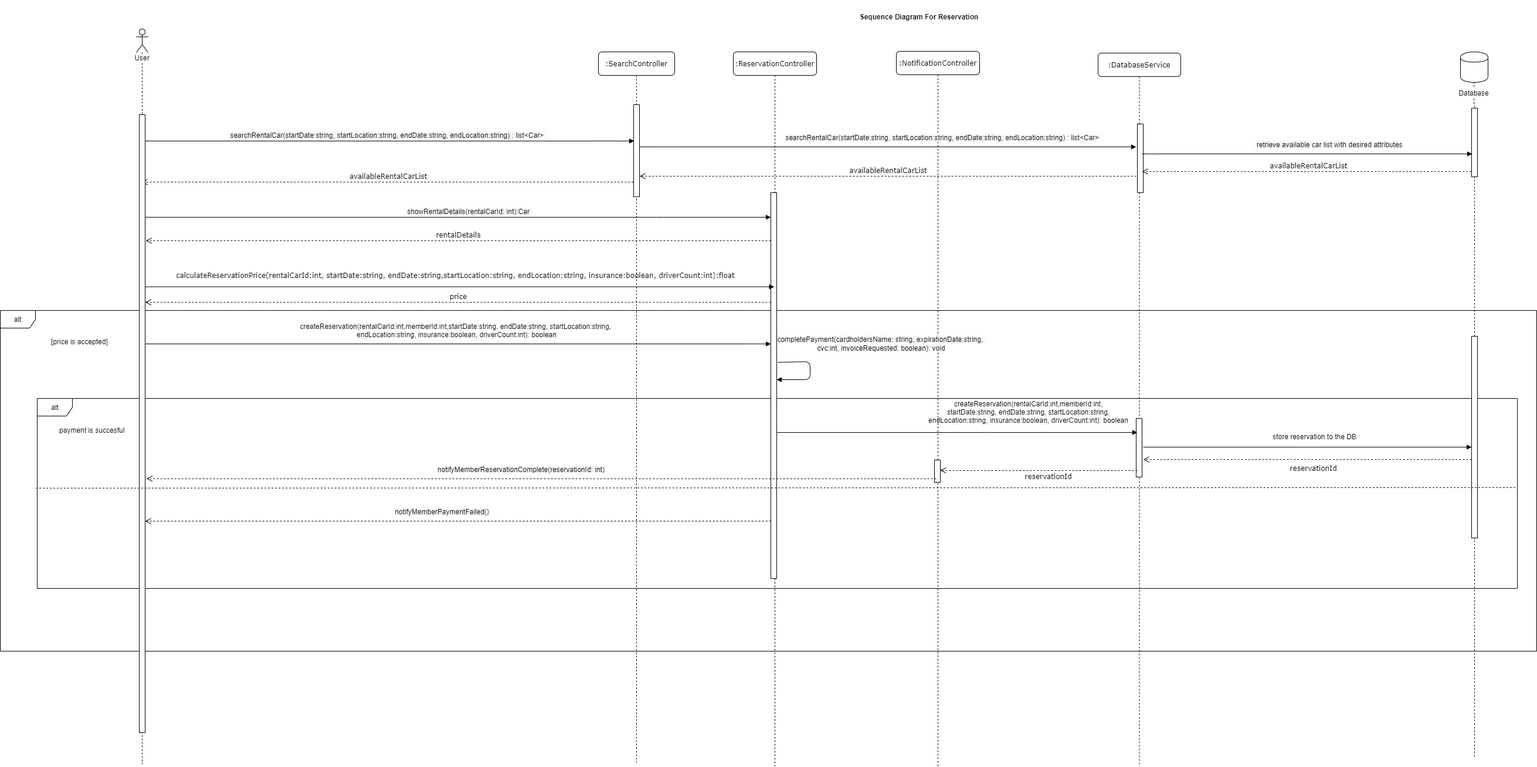
Earlier version of the draw.io export Sequence Diagrams/SequenceDiagramReservation.png (aysegulsari/SWE-530). Source tidied: cells renumbered, new cells last; positions are measured from the earlier drawing's top-left corner, leaving out a move shared by most shapes.
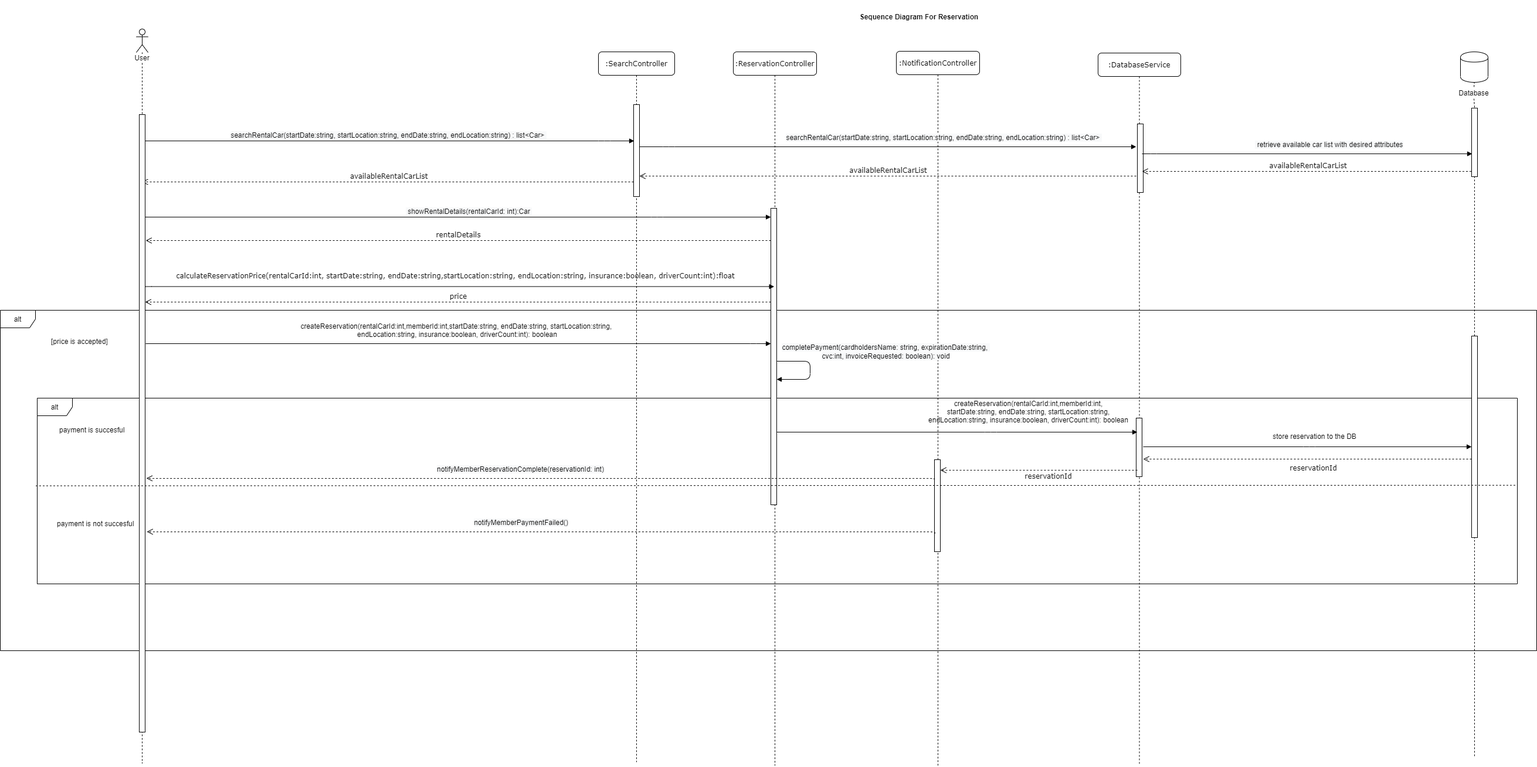
The same file after the commit.

Commit message:
Seq Diagram for reservation is updated

Diff of the diagram source:
```diff
@@ -6,13 +6,13 @@
       <mxGeometry y="529" width="2620" height="581" as="geometry" />
     </mxCell>
     <mxCell id="3" value="alt" style="shape=umlFrame;whiteSpace=wrap;html=1;" parent="1" vertex="1">
-      <mxGeometry x="63" y="679" width="2524" height="324" as="geometry" />
+      <mxGeometry x="63" y="679" width="2524" height="317" as="geometry" />
     </mxCell>
     <mxCell id="4" value=":NotificationController" style="shape=umlLifeline;perimeter=lifelinePerimeter;whiteSpace=wrap;html=1;rounded=1;shadow=0;comic=0;labelBackgroundColor=none;strokeWidth=1;fontFamily=Verdana;fontSize=12;align=center;" parent="1" vertex="1">
       <mxGeometry x="1528" y="87" width="142" height="1220" as="geometry" />
     </mxCell>
     <mxCell id="5" style="html=1;points=[];perimeter=orthogonalPerimeter;rounded=0;shadow=0;comic=0;labelBackgroundColor=none;strokeColor=#000000;strokeWidth=1;fillColor=#FFFFFF;fontFamily=Verdana;fontSize=12;fontColor=#000000;align=center;" parent="4" vertex="1">
-      <mxGeometry x="65" y="697" width="10" height="38" as="geometry" />
+      <mxGeometry x="65" y="697" width="10" height="157" as="geometry" />
     </mxCell>
     <mxCell id="6" value=":SearchController" style="shape=umlLifeline;perimeter=lifelinePerimeter;whiteSpace=wrap;html=1;rounded=1;shadow=0;comic=0;labelBackgroundColor=none;strokeWidth=1;fontFamily=Verdana;fontSize=12;align=center;" parent="1" vertex="1">
       <mxGeometry x="1020" y="88" width="130" height="1212" as="geometry" />
@@ -24,9 +24,9 @@
       <mxGeometry x="1250" y="88" width="142" height="1218" as="geometry" />
     </mxCell>
     <mxCell id="9" style="html=1;points=[];perimeter=orthogonalPerimeter;rounded=0;shadow=0;comic=0;labelBackgroundColor=none;strokeWidth=1;fontFamily=Verdana;fontSize=12;align=center;" parent="8" vertex="1">
-      <mxGeometry x="64" y="240" width="10" height="658" as="geometry" />
+      <mxGeometry x="64" y="267" width="10" height="506" as="geometry" />
     </mxCell>
-    <mxCell id="10" style="endArrow=block;endFill=1;endSize=6;html=1;exitX=1.197;exitY=0.44;exitDx=0;exitDy=0;exitPerimeter=0;" parent="8" edge="1" source="9" target="9">
+    <mxCell id="10" style="endArrow=block;endFill=1;endSize=6;html=1;" parent="8" edge="1" source="9" target="9">
       <mxGeometry relative="1" as="geometry">
         <Array as="points">
           <mxPoint x="131" y="528" />
@@ -36,7 +36,7 @@
     </mxCell>
     <mxCell id="11" value="&lt;span style=&quot;font-size: 12px ; text-align: left ; background-color: rgb(248 , 249 , 250)&quot;&gt;completePayment(cardholdersName: string,&amp;nbsp;expirationDate:string,&amp;nbsp;&lt;/span&gt;&lt;br style=&quot;padding: 0px ; margin: 0px ; font-size: 12px ; text-align: left ; background-color: rgb(248 , 249 , 250)&quot;&gt;&lt;span style=&quot;font-size: 12px ; text-align: left ; background-color: rgb(248 , 249 , 250)&quot;&gt;cvc:int, invoiceRequested: boolean): void&lt;/span&gt;" style="edgeLabel;html=1;align=center;verticalAlign=middle;" parent="10" vertex="1">
       <mxGeometry x="-0.24" y="-12" relative="1" as="geometry">
-        <mxPoint x="131.7" y="-31" as="offset" />
+        <mxPoint x="131" y="-28" as="offset" />
       </mxGeometry>
     </mxCell>
     <mxCell id="12" value=":DatabaseService" style="shape=umlLifeline;perimeter=lifelinePerimeter;whiteSpace=wrap;html=1;rounded=1;shadow=0;comic=0;labelBackgroundColor=none;strokeWidth=1;fontFamily=Verdana;fontSize=12;align=center;" parent="1" vertex="1">
@@ -148,9 +148,10 @@
         </Array>
       </mxGeometry>
     </mxCell>
-    <mxCell id="26" value="reservationId" style="html=1;verticalAlign=bottom;endArrow=open;dashed=1;endSize=8;labelBackgroundColor=none;fontFamily=Verdana;fontSize=12;edgeStyle=elbowEdgeStyle;elbow=vertical;entryX=0.967;entryY=0.465;entryDx=0;entryDy=0;entryPerimeter=0;" parent="1" edge="1" target="5">
+    <mxCell id="26" value="reservationId" style="html=1;verticalAlign=bottom;endArrow=open;dashed=1;endSize=8;labelBackgroundColor=none;fontFamily=Verdana;fontSize=12;edgeStyle=elbowEdgeStyle;elbow=vertical;" parent="1" edge="1">
       <mxGeometry x="-0.03" y="22" relative="1" as="geometry">
         <mxPoint x="1939" y="802" as="sourcePoint" />
+        <mxPoint x="1603" y="802" as="targetPoint" />
         <Array as="points">
           <mxPoint x="1779" y="802" />
           <mxPoint x="1640" y="869" />
@@ -161,7 +162,7 @@
         <mxPoint x="11" y="-2" as="offset" />
       </mxGeometry>
     </mxCell>
-    <mxCell id="27" value="&lt;span style=&quot;font-family: &amp;#34;helvetica&amp;#34; ; text-align: left ; background-color: rgb(248 , 249 , 250)&quot;&gt;notifyMemberReservationComplete(reservationId: int)&lt;/span&gt;" style="html=1;verticalAlign=bottom;endArrow=open;dashed=1;endSize=8;labelBackgroundColor=none;fontFamily=Verdana;fontSize=12;edgeStyle=elbowEdgeStyle;elbow=vertical;entryX=1.224;entryY=0.589;entryDx=0;entryDy=0;entryPerimeter=0;exitX=0.3;exitY=0.837;exitDx=0;exitDy=0;exitPerimeter=0;" parent="1" edge="1" source="5" target="23">
+    <mxCell id="27" value="&lt;span style=&quot;font-family: &amp;#34;helvetica&amp;#34; ; text-align: left ; background-color: rgb(248 , 249 , 250)&quot;&gt;notifyMemberReservationComplete(reservationId: int)&lt;/span&gt;" style="html=1;verticalAlign=bottom;endArrow=open;dashed=1;endSize=8;labelBackgroundColor=none;fontFamily=Verdana;fontSize=12;edgeStyle=elbowEdgeStyle;elbow=vertical;entryX=1.224;entryY=0.589;entryDx=0;entryDy=0;entryPerimeter=0;exitX=-0.009;exitY=0.222;exitDx=0;exitDy=0;exitPerimeter=0;" parent="1" edge="1" source="5" target="23">
       <mxGeometry x="0.05" y="-6" relative="1" as="geometry">
         <Array as="points">
           <mxPoint x="1176" y="816" />
@@ -281,16 +282,20 @@
     <mxCell id="44" style="endArrow=none;dashed=1;html=1;exitX=-0.001;exitY=0.472;exitDx=0;exitDy=0;exitPerimeter=0;entryX=1;entryY=0.469;entryDx=0;entryDy=0;entryPerimeter=0;" parent="1" edge="1" source="3" target="3">
       <mxGeometry relative="1" as="geometry" />
     </mxCell>
-    <mxCell id="45" value="&lt;span style=&quot;font-family: &amp;#34;helvetica&amp;#34; ; text-align: left ; background-color: rgb(248 , 249 , 250)&quot;&gt;notifyMemberPaymentFailed()&lt;/span&gt;" style="html=1;verticalAlign=bottom;endArrow=open;dashed=1;endSize=8;labelBackgroundColor=none;fontFamily=Verdana;fontSize=12;edgeStyle=elbowEdgeStyle;elbow=vertical;" parent="1" edge="1" target="23">
+    <mxCell id="45" value="&lt;span style=&quot;font-family: &amp;#34;helvetica&amp;#34; ; text-align: left ; background-color: rgb(248 , 249 , 250)&quot;&gt;notifyMemberPaymentFailed()&lt;/span&gt;" style="html=1;verticalAlign=bottom;endArrow=open;dashed=1;endSize=8;labelBackgroundColor=none;fontFamily=Verdana;fontSize=12;edgeStyle=elbowEdgeStyle;elbow=vertical;entryX=1.224;entryY=0.589;entryDx=0;entryDy=0;entryPerimeter=0;exitX=-0.009;exitY=0.222;exitDx=0;exitDy=0;exitPerimeter=0;" parent="1" edge="1">
       <mxGeometry x="0.05" y="-6" relative="1" as="geometry">
-        <mxPoint x="1314" y="888" as="sourcePoint" />
+        <mxPoint x="1593.7" y="910" as="sourcePoint" />
+        <mxPoint x="250" y="907" as="targetPoint" />
         <Array as="points">
-          <mxPoint x="1182.8" y="888.2" />
-          <mxPoint x="1037.8" y="841.2" />
-          <mxPoint x="1072.8" y="632.2" />
-          <mxPoint x="1385.8" y="763.2" />
+          <mxPoint x="1176.8" y="907.2" />
+          <mxPoint x="1031.8" y="860.2" />
+          <mxPoint x="1066.8" y="651.2" />
+          <mxPoint x="1379.8" y="782.2" />
         </Array>
       </mxGeometry>
     </mxCell>
+    <mxCell id="46" value="payment is not succesful" style="text;strokeColor=none;fillColor=none;align=left;verticalAlign=middle;spacingTop=-1;spacingLeft=4;spacingRight=4;labelPosition=right;" parent="1" vertex="1">
+      <mxGeometry x="71" y="886" width="20" height="14" as="geometry" />
+    </mxCell>
   </root>
 </mxGraphModel>
```
